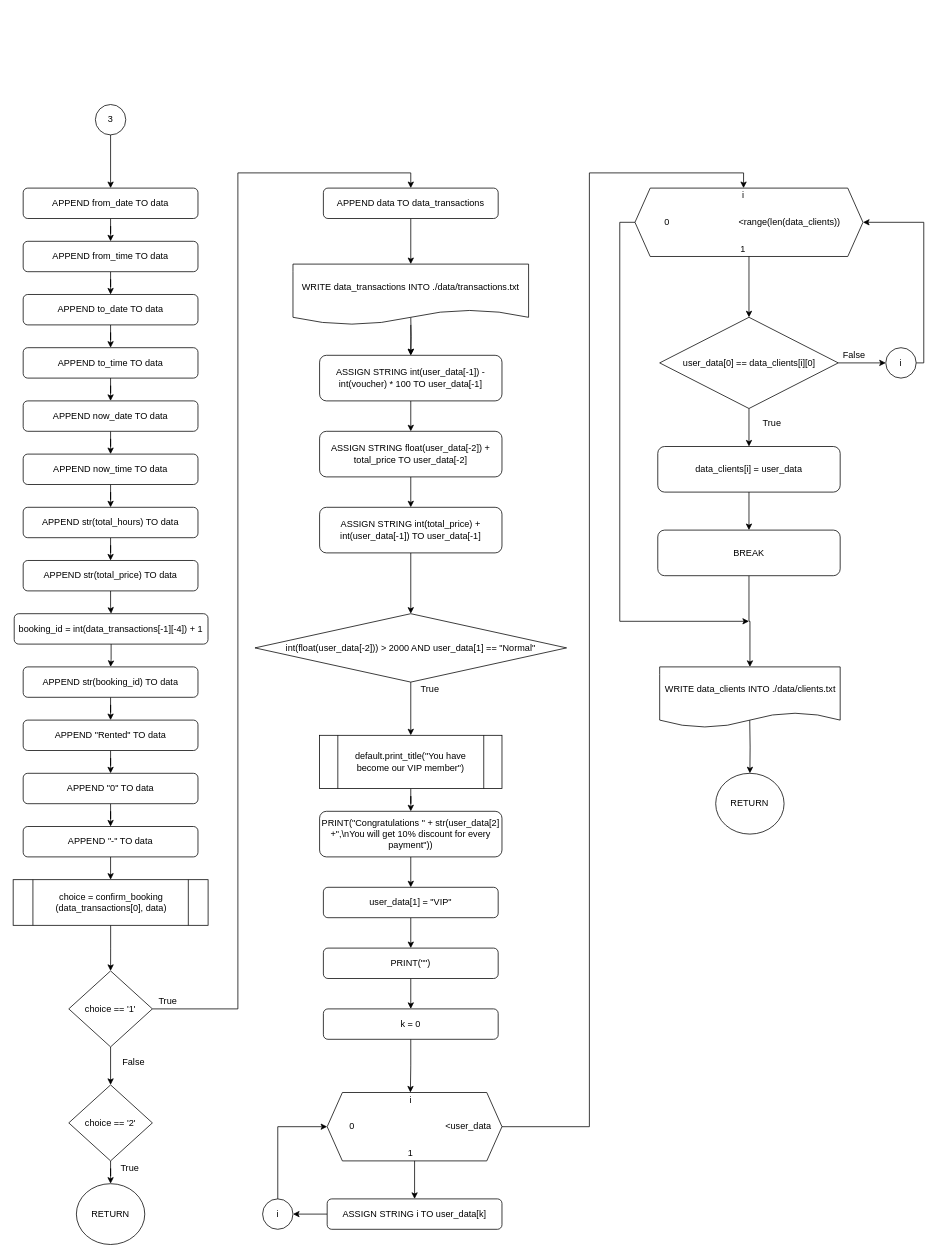
RabbitBear00/Car-Rental-System keeps this draw.io diagram as page "Page-4" (4 of 4) of Flowchart/clients/bookcar_menu.drawio. Above is the earlier version. Source tidied: cells renumbered, new cells numbered last; positions are measured from the earlier drawing's top-left corner, leaving out a move shared by most shapes. Both pictures are drawn from the tidied source at 76%, with x=0, y=0 at pixel (13, 104).
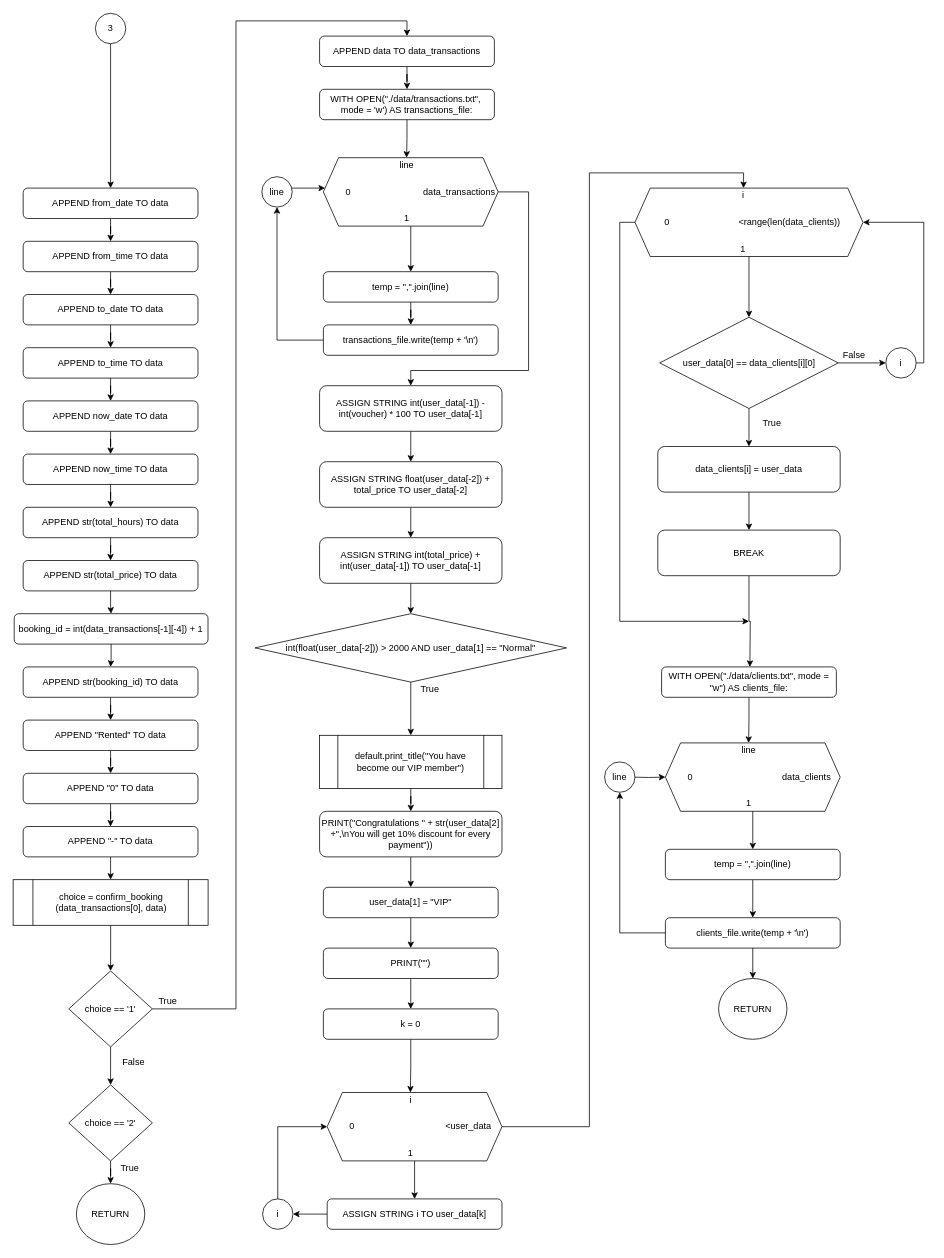
The same diagram, later.

The change refers to these unchanged cells:
```xml
<mxCell id="88" value="BREAK" style="rounded=1;whiteSpace=wrap;html=1;" parent="1" vertex="1">
  <mxGeometry x="848" y="560" width="240" height="60" as="geometry" />
</mxCell>
```

The edit, as a diff of the source:
```diff
@@
     <mxCell id="3" value="3" style="ellipse;whiteSpace=wrap;html=1;" parent="1" vertex="1">
-      <mxGeometry x="108" width="40" height="40" as="geometry" />
+      <mxGeometry x="108" y="-120" width="40" height="40" as="geometry" />
     </mxCell>
@@
-    <mxCell id="35" style="edgeStyle=orthogonalEdgeStyle;rounded=0;jettySize=auto;html=1;" parent="1" edge="1" source="36" target="44">
-      <mxGeometry relative="1" as="geometry" />
-    </mxCell>
+    <mxCell id="99" style="edgeStyle=orthogonalEdgeStyle;rounded=0;jettySize=auto;html=1;entryX=0.5;entryY=0;entryDx=0;entryDy=0;" parent="1" edge="1" source="36" target="101">
+      <mxGeometry relative="1" as="geometry" />
+    </mxCell>
     <mxCell id="36" value="APPEND data TO data_transactions" style="rounded=1;whiteSpace=wrap;html=1;" parent="1" vertex="1">
-      <mxGeometry x="408" y="110" width="230" height="40" as="geometry" />
+      <mxGeometry x="403" y="-90" width="230" height="40" as="geometry" />
     </mxCell>
@@
-    <mxCell id="42" style="edgeStyle=orthogonalEdgeStyle;rounded=0;jettySize=auto;html=1;" parent="1" edge="1" source="44" target="46">
-      <mxGeometry relative="1" as="geometry" />
-    </mxCell>
-    <mxCell id="43" style="edgeStyle=orthogonalEdgeStyle;rounded=0;jettySize=auto;html=1;" parent="1" edge="1" target="46">
-      <mxGeometry relative="1" as="geometry">
-        <mxPoint x="523" y="280" as="sourcePoint" />
-      </mxGeometry>
-    </mxCell>
-    <mxCell id="44" value="&lt;span&gt;WRITE&amp;nbsp;&lt;/span&gt;data_transactions&lt;span&gt;&amp;nbsp;INTO&amp;nbsp;&lt;/span&gt;./data/transactions.txt" style="shape=document;whiteSpace=wrap;html=1;boundedLbl=1;size=0.25;" parent="1" vertex="1">
-      <mxGeometry x="368" y="210" width="310" height="80" as="geometry" />
-    </mxCell>
@@
     <mxCell id="46" value="ASSIGN STRING int(user_data[-1]) - int(voucher) * 100 TO user_data[-1]" style="rounded=1;whiteSpace=wrap;html=1;" parent="1" vertex="1">
-      <mxGeometry x="403" y="330" width="240" height="60" as="geometry" />
+      <mxGeometry x="403" y="370" width="240" height="60" as="geometry" />
     </mxCell>
@@
     <mxCell id="48" value="ASSIGN STRING float(user_data[-2]) + total_price TO user_data[-2]" style="rounded=1;whiteSpace=wrap;html=1;" parent="1" vertex="1">
-      <mxGeometry x="403" y="430" width="240" height="60" as="geometry" />
+      <mxGeometry x="403" y="470" width="240" height="60" as="geometry" />
     </mxCell>
@@
     <mxCell id="50" value="ASSIGN STRING int(total_price) + int(user_data[-1]) TO user_data[-1]" style="rounded=1;whiteSpace=wrap;html=1;" parent="1" vertex="1">
-      <mxGeometry x="403" y="530" width="240" height="60" as="geometry" />
+      <mxGeometry x="403" y="570" width="240" height="60" as="geometry" />
     </mxCell>
@@
-    <mxCell id="87" style="edgeStyle=orthogonalEdgeStyle;rounded=0;jettySize=auto;html=1;entryX=0.5;entryY=0;entryDx=0;entryDy=0;" parent="1" edge="1" source="88" target="96">
-      <mxGeometry relative="1" as="geometry" />
+    <mxCell id="87" style="edgeStyle=orthogonalEdgeStyle;rounded=0;jettySize=auto;html=1;entryX=0.5;entryY=0;entryDx=0;entryDy=0;" parent="1" edge="1" source="88">
+      <mxGeometry relative="1" as="geometry">
+        <mxPoint x="969.2" y="740" as="targetPoint" />
+      </mxGeometry>
     </mxCell>
@@
-    <mxCell id="95" style="edgeStyle=orthogonalEdgeStyle;rounded=0;jettySize=auto;html=1;" parent="1" edge="1" target="97">
-      <mxGeometry relative="1" as="geometry">
-        <mxPoint x="969" y="810" as="sourcePoint" />
-      </mxGeometry>
-    </mxCell>
-    <mxCell id="96" value="&lt;span&gt;WRITE data_clients INTO&amp;nbsp;./data/clients.txt&lt;/span&gt;" style="shape=document;whiteSpace=wrap;html=1;boundedLbl=1;size=0.25;" parent="1" vertex="1">
-      <mxGeometry x="850.5" y="740" width="237.5" height="80" as="geometry" />
-    </mxCell>
     <mxCell id="97" value="RETURN" style="ellipse;whiteSpace=wrap;html=1;" parent="1" vertex="1">
-      <mxGeometry x="924.2" y="880" width="90" height="80" as="geometry" />
+      <mxGeometry x="928" y="1150" width="90" height="80" as="geometry" />
     </mxCell>
@@
+    <mxCell id="100" style="edgeStyle=orthogonalEdgeStyle;rounded=0;jettySize=auto;html=1;entryX=0.5;entryY=0;entryDx=0;entryDy=0;" parent="1" edge="1" source="101" target="104">
+      <mxGeometry relative="1" as="geometry" />
+    </mxCell>
+    <mxCell id="101" value="WITH OPEN(&quot;./data/transactions.txt&quot;,  mode = 'w') AS transactions_file:" style="rounded=1;whiteSpace=wrap;html=1;" parent="1" vertex="1">
+      <mxGeometry x="403" y="-20" width="230" height="40" as="geometry" />
+    </mxCell>
+    <mxCell id="102" style="group;" parent="1" vertex="1">
+      <mxGeometry x="408" y="70" width="230" height="90" as="geometry" />
+    </mxCell>
+    <mxCell id="103" style="shape=hexagon;perimeter=hexagonPerimeter2;whiteSpace=wrap;html=1;fixedSize=1;" parent="102" vertex="1">
+      <mxGeometry width="230" height="90" as="geometry" />
+    </mxCell>
+    <mxCell id="104" value="line" style="text;html=1;strokeColor=none;fillColor=none;align=center;verticalAlign=middle;whiteSpace=wrap;rounded=0;" parent="102" vertex="1">
+      <mxGeometry x="87.6" width="43.8" height="20" as="geometry" />
+    </mxCell>
+    <mxCell id="105" value="0" style="text;html=1;strokeColor=none;fillColor=none;align=center;verticalAlign=middle;whiteSpace=wrap;rounded=0;" parent="102" vertex="1">
+      <mxGeometry x="11" y="35" width="43.8" height="20" as="geometry" />
+    </mxCell>
+    <mxCell id="106" value="1" style="text;html=1;strokeColor=none;fillColor=none;align=center;verticalAlign=middle;whiteSpace=wrap;rounded=0;" parent="102" vertex="1">
+      <mxGeometry x="87.6" y="70" width="43.8" height="20" as="geometry" />
+    </mxCell>
+    <mxCell id="107" value="data_transactions" style="text;html=1;strokeColor=none;fillColor=none;align=center;verticalAlign=middle;whiteSpace=wrap;rounded=0;" parent="102" vertex="1">
+      <mxGeometry x="157.3" y="35" width="43.8" height="20" as="geometry" />
+    </mxCell>
+    <mxCell id="108" style="edgeStyle=orthogonalEdgeStyle;rounded=0;jettySize=auto;html=1;" parent="1" edge="1" source="109" target="111">
+      <mxGeometry relative="1" as="geometry" />
+    </mxCell>
+    <mxCell id="109" value="temp = &quot;,&quot;.join(line)" style="rounded=1;whiteSpace=wrap;html=1;" parent="1" vertex="1">
+      <mxGeometry x="408" y="220" width="230" height="40" as="geometry" />
+    </mxCell>
+    <mxCell id="110" style="edgeStyle=orthogonalEdgeStyle;rounded=0;jettySize=auto;html=1;entryX=0.5;entryY=1;entryDx=0;entryDy=0;" parent="1" edge="1" source="111" target="114">
+      <mxGeometry relative="1" as="geometry" />
+    </mxCell>
+    <mxCell id="111" value="transactions_file.write(temp + '\n')" style="rounded=1;whiteSpace=wrap;html=1;" parent="1" vertex="1">
+      <mxGeometry x="408" y="290" width="230" height="40" as="geometry" />
+    </mxCell>
+    <mxCell id="112" style="edgeStyle=orthogonalEdgeStyle;rounded=0;jettySize=auto;html=1;" parent="1" edge="1" source="103" target="109">
+      <mxGeometry relative="1" as="geometry" />
+    </mxCell>
+    <mxCell id="113" style="edgeStyle=orthogonalEdgeStyle;rounded=0;jettySize=auto;html=1;" parent="1" edge="1" target="103">
+      <mxGeometry relative="1" as="geometry">
+        <mxPoint x="363" y="125" as="sourcePoint" />
+        <Array as="points">
+          <mxPoint x="363" y="110" />
+        </Array>
+      </mxGeometry>
+    </mxCell>
+    <mxCell id="114" value="line" style="ellipse;whiteSpace=wrap;html=1;" parent="1" vertex="1">
+      <mxGeometry x="327" y="95" width="40" height="40" as="geometry" />
+    </mxCell>
+    <mxCell id="115" style="edgeStyle=orthogonalEdgeStyle;rounded=0;jettySize=auto;html=1;" parent="1" edge="1" source="103" target="46">
+      <mxGeometry relative="1" as="geometry">
+        <Array as="points">
+          <mxPoint x="678" y="115" />
+          <mxPoint x="678" y="350" />
+          <mxPoint x="523" y="350" />
+        </Array>
+      </mxGeometry>
+    </mxCell>
+    <mxCell id="116" style="edgeStyle=orthogonalEdgeStyle;rounded=0;jettySize=auto;html=1;entryX=0.5;entryY=0;entryDx=0;entryDy=0;" parent="1" edge="1" source="117" target="120">
+      <mxGeometry relative="1" as="geometry" />
+    </mxCell>
+    <mxCell id="117" value="WITH OPEN(&quot;./data/clients.txt&quot;, mode = &quot;w&quot;) AS clients_file:" style="rounded=1;whiteSpace=wrap;html=1;" parent="1" vertex="1">
+      <mxGeometry x="853" y="740" width="230" height="40" as="geometry" />
+    </mxCell>
+    <mxCell id="118" style="group;" parent="1" vertex="1">
+      <mxGeometry x="858" y="840" width="230" height="90" as="geometry" />
+    </mxCell>
+    <mxCell id="119" style="shape=hexagon;perimeter=hexagonPerimeter2;whiteSpace=wrap;html=1;fixedSize=1;" parent="118" vertex="1">
+      <mxGeometry width="230" height="90" as="geometry" />
+    </mxCell>
+    <mxCell id="120" value="line" style="text;html=1;strokeColor=none;fillColor=none;align=center;verticalAlign=middle;whiteSpace=wrap;rounded=0;" parent="118" vertex="1">
+      <mxGeometry x="87.6" width="43.8" height="20" as="geometry" />
+    </mxCell>
+    <mxCell id="121" value="0" style="text;html=1;strokeColor=none;fillColor=none;align=center;verticalAlign=middle;whiteSpace=wrap;rounded=0;" parent="118" vertex="1">
+      <mxGeometry x="11" y="35" width="43.8" height="20" as="geometry" />
+    </mxCell>
+    <mxCell id="122" value="1" style="text;html=1;strokeColor=none;fillColor=none;align=center;verticalAlign=middle;whiteSpace=wrap;rounded=0;" parent="118" vertex="1">
+      <mxGeometry x="87.6" y="70" width="43.8" height="20" as="geometry" />
+    </mxCell>
+    <mxCell id="123" value="data_clients" style="text;html=1;strokeColor=none;fillColor=none;align=center;verticalAlign=middle;whiteSpace=wrap;rounded=0;" parent="118" vertex="1">
+      <mxGeometry x="164.3" y="35" width="43.8" height="20" as="geometry" />
+    </mxCell>
+    <mxCell id="124" style="edgeStyle=orthogonalEdgeStyle;rounded=0;jettySize=auto;html=1;" parent="1" edge="1" source="125" target="128">
+      <mxGeometry relative="1" as="geometry" />
+    </mxCell>
+    <mxCell id="125" value="temp = &quot;,&quot;.join(line)" style="rounded=1;whiteSpace=wrap;html=1;" parent="1" vertex="1">
+      <mxGeometry x="858" y="980" width="230" height="40" as="geometry" />
+    </mxCell>
+    <mxCell id="126" style="edgeStyle=orthogonalEdgeStyle;rounded=0;jettySize=auto;html=1;entryX=0.5;entryY=1;entryDx=0;entryDy=0;" parent="1" edge="1" source="128" target="131">
+      <mxGeometry relative="1" as="geometry" />
+    </mxCell>
+    <mxCell id="127" style="edgeStyle=orthogonalEdgeStyle;rounded=0;jettySize=auto;html=1;entryX=0.5;entryY=0;entryDx=0;entryDy=0;" parent="1" edge="1" source="128" target="97">
+      <mxGeometry relative="1" as="geometry" />
+    </mxCell>
+    <mxCell id="128" value="clients_file.write(temp + '\n')" style="rounded=1;whiteSpace=wrap;html=1;" parent="1" vertex="1">
+      <mxGeometry x="858" y="1070" width="230" height="40" as="geometry" />
+    </mxCell>
+    <mxCell id="129" style="edgeStyle=orthogonalEdgeStyle;rounded=0;jettySize=auto;html=1;" parent="1" edge="1" source="119" target="125">
+      <mxGeometry relative="1" as="geometry" />
+    </mxCell>
+    <mxCell id="130" style="edgeStyle=orthogonalEdgeStyle;rounded=0;jettySize=auto;html=1;entryX=0;entryY=0.5;entryDx=0;entryDy=0;" parent="1" edge="1" target="119">
+      <mxGeometry relative="1" as="geometry">
+        <mxPoint x="813" y="885" as="sourcePoint" />
+      </mxGeometry>
+    </mxCell>
+    <mxCell id="131" value="line" style="ellipse;whiteSpace=wrap;html=1;" parent="1" vertex="1">
+      <mxGeometry x="778" y="865" width="40" height="40" as="geometry" />
+    </mxCell>
```
